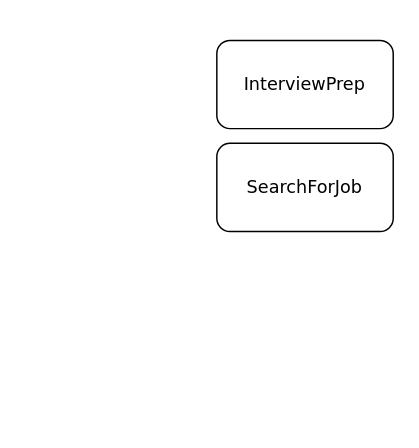
Before: Untitled Diagram.drawio in surfersulver994/Priority, a draw.io diagram. Source tidied: cells renumbered, new cells numbered last; positions are measured from the earlier drawing's top-left corner, leaving out a move shared by most shapes. Both pictures are drawn from the tidied source at 147%, with x=0, y=0 at pixel (216, 40).
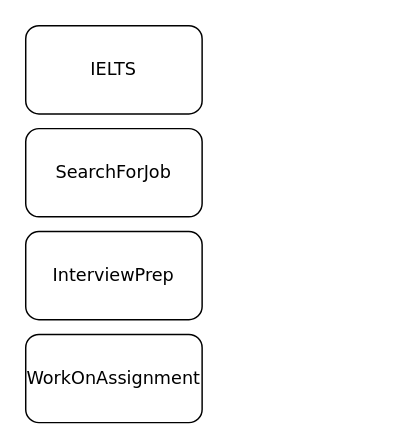
The same page after the edit.

Change to the diagram source:
```diff
@@
 <mxGraphModel>
   <root>
     <mxCell id="0" />
     <mxCell id="1" parent="0" />
     <mxCell id="2" value="&lt;font face=&quot;Verdana&quot;&gt;SearchForJob&lt;/font&gt;" style="rounded=1;whiteSpace=wrap;html=1;" parent="1" vertex="1">
-      <mxGeometry y="70" width="120" height="60" as="geometry" />
+      <mxGeometry x="-130" y="60" width="120" height="60" as="geometry" />
     </mxCell>
     <mxCell id="3" value="&lt;font face=&quot;Verdana&quot;&gt;InterviewPrep&lt;br&gt;&lt;/font&gt;" style="rounded=1;whiteSpace=wrap;html=1;" parent="1" vertex="1">
-      <mxGeometry width="120" height="60" as="geometry" />
+      <mxGeometry x="-130" y="130" width="120" height="60" as="geometry" />
     </mxCell>
+    <mxCell id="4" value="&lt;font face=&quot;Verdana&quot;&gt;WorkOnAssignment&lt;br&gt;&lt;/font&gt;" style="rounded=1;whiteSpace=wrap;html=1;" parent="1" vertex="1">
+      <mxGeometry x="-130" y="200" width="120" height="60" as="geometry" />
+    </mxCell>
+    <mxCell id="5" value="&lt;font face=&quot;Verdana&quot;&gt;IELTS&lt;br&gt;&lt;/font&gt;" style="rounded=1;whiteSpace=wrap;html=1;" parent="1" vertex="1">
+      <mxGeometry x="-130" y="-10" width="120" height="60" as="geometry" />
+    </mxCell>
   </root>
 </mxGraphModel>
```
